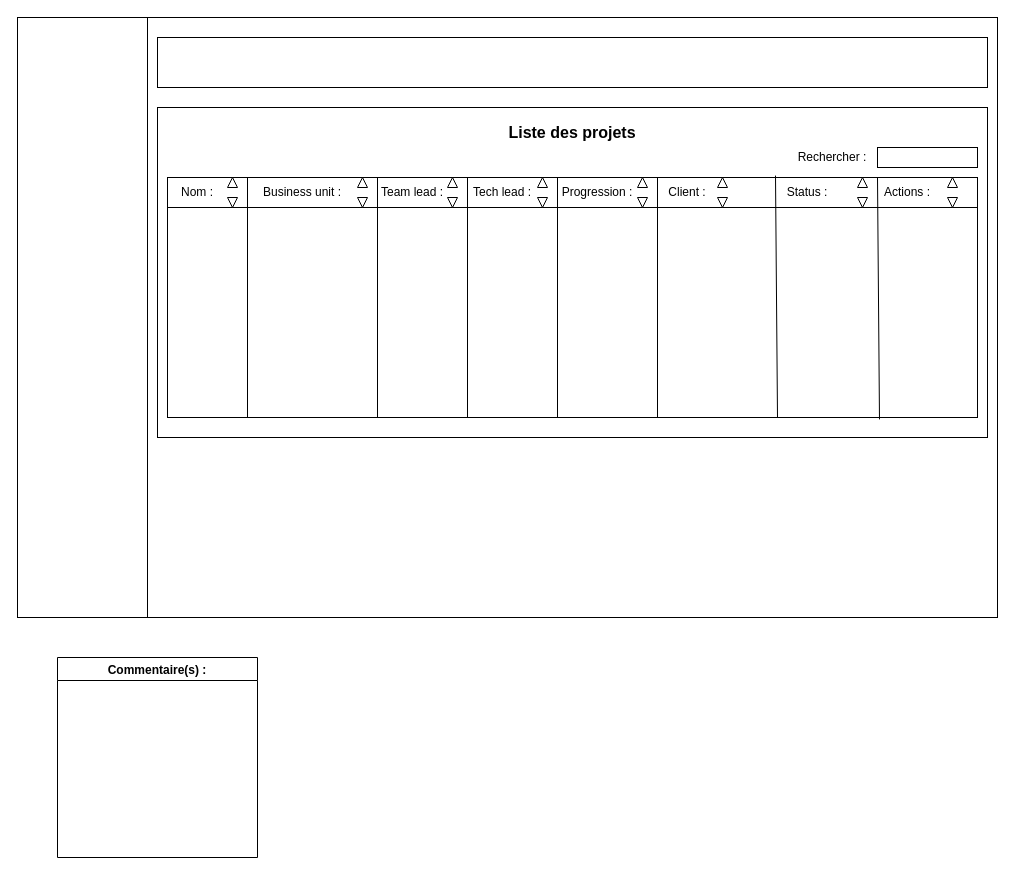
Before: page "Affichage liste projets" (2 of 11) of Untitled Diagram.drawio in Xurama/Test, a draw.io diagram. Source tidied: cells renumbered, new cells numbered last; positions are measured from the earlier drawing's top-left corner, leaving out a move shared by most shapes. Both pictures are drawn from the tidied source at 100%, with x=0, y=0 at pixel (17, 17).
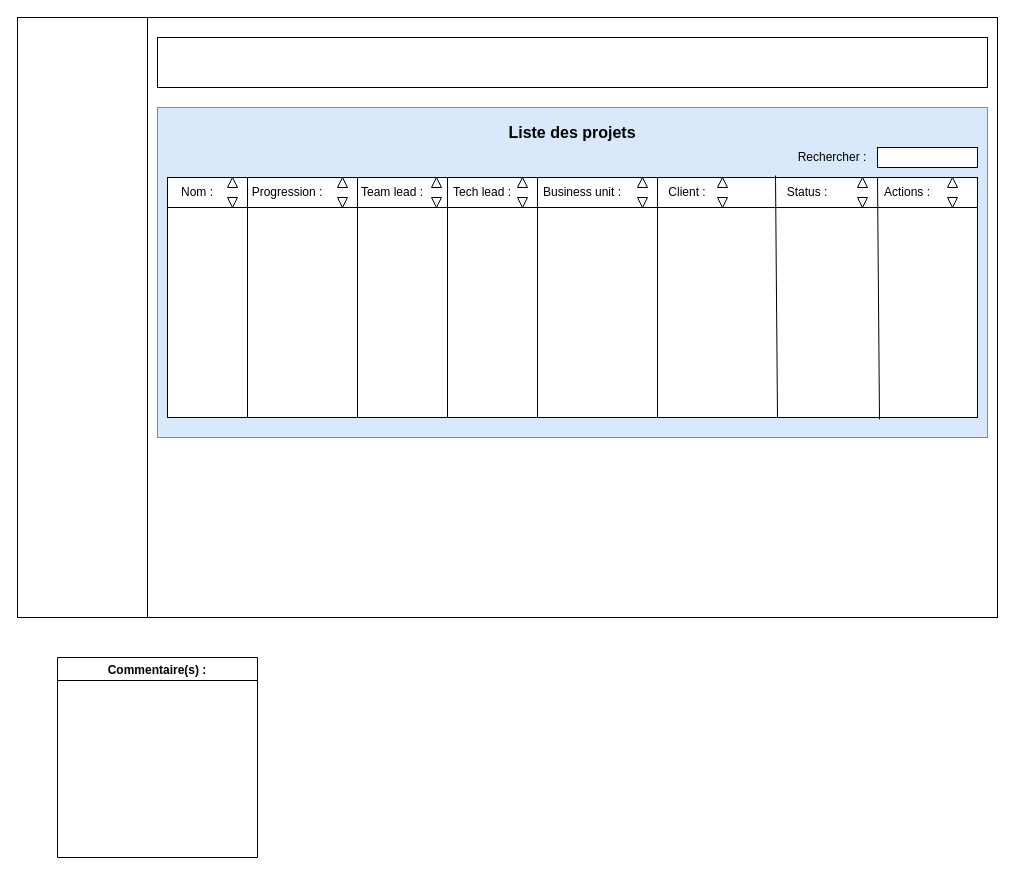
The same page after the edit.

What changed in the source:
```diff
@@
-    <mxCell id="5" style="rounded=0;whiteSpace=wrap;html=1;" parent="1" vertex="1">
+    <mxCell id="5" style="rounded=0;whiteSpace=wrap;html=1;fillColor=#dae8fc;strokeColor=#6c8ebf;" parent="1" vertex="1">
       <mxGeometry x="140" y="90" width="830" height="330" as="geometry" />
     </mxCell>
@@
     <mxCell id="18" value="Business unit :" style="text;html=1;strokeColor=none;fillColor=none;align=center;verticalAlign=middle;whiteSpace=wrap;rounded=0;fontSize=12;" parent="1" vertex="1">
-      <mxGeometry x="230" y="160" width="110" height="30" as="geometry" />
+      <mxGeometry x="520" y="160" width="90" height="30" as="geometry" />
     </mxCell>
@@
     <mxCell id="21" style="triangle;whiteSpace=wrap;html=1;fontSize=12;rotation=-90;" parent="1" vertex="1">
-      <mxGeometry x="340" y="160" width="10" height="10" as="geometry" />
+      <mxGeometry x="320" y="160" width="10" height="10" as="geometry" />
     </mxCell>
     <mxCell id="22" style="triangle;whiteSpace=wrap;html=1;fontSize=12;rotation=90;" parent="1" vertex="1">
-      <mxGeometry x="340" y="180" width="10" height="10" as="geometry" />
+      <mxGeometry x="320" y="180" width="10" height="10" as="geometry" />
     </mxCell>
     <mxCell id="23" style="endArrow=none;html=1;rounded=0;fontSize=12;" parent="1" edge="1">
       <mxGeometry relative="1" as="geometry">
-        <mxPoint x="360" y="400" as="sourcePoint" />
-        <mxPoint x="360" y="160" as="targetPoint" />
+        <mxPoint x="340" y="400" as="sourcePoint" />
+        <mxPoint x="340" y="160" as="targetPoint" />
       </mxGeometry>
     </mxCell>
@@
     <mxCell id="28" value="Team lead :" style="text;html=1;strokeColor=none;fillColor=none;align=center;verticalAlign=middle;whiteSpace=wrap;rounded=0;fontSize=12;" parent="1" vertex="1">
-      <mxGeometry x="360" y="160" width="70" height="30" as="geometry" />
+      <mxGeometry x="340" y="160" width="70" height="30" as="geometry" />
     </mxCell>
     <mxCell id="29" style="triangle;whiteSpace=wrap;html=1;fontSize=12;rotation=-90;" parent="1" vertex="1">
-      <mxGeometry x="430" y="160" width="10" height="10" as="geometry" />
+      <mxGeometry x="414" y="160" width="10" height="10" as="geometry" />
     </mxCell>
     <mxCell id="30" style="triangle;whiteSpace=wrap;html=1;fontSize=12;rotation=90;" parent="1" vertex="1">
-      <mxGeometry x="430" y="180" width="10" height="10" as="geometry" />
+      <mxGeometry x="414" y="180" width="10" height="10" as="geometry" />
     </mxCell>
     <mxCell id="31" style="endArrow=none;html=1;rounded=0;fontSize=12;" parent="1" edge="1">
       <mxGeometry relative="1" as="geometry">
-        <mxPoint x="450" y="400" as="sourcePoint" />
-        <mxPoint x="450" y="160" as="targetPoint" />
+        <mxPoint x="430" y="400" as="sourcePoint" />
+        <mxPoint x="430" y="160" as="targetPoint" />
       </mxGeometry>
     </mxCell>
     <mxCell id="32" value="Tech lead :" style="text;html=1;strokeColor=none;fillColor=none;align=center;verticalAlign=middle;whiteSpace=wrap;rounded=0;fontSize=12;" parent="1" vertex="1">
-      <mxGeometry x="450" y="160" width="70" height="30" as="geometry" />
+      <mxGeometry x="430" y="160" width="70" height="30" as="geometry" />
     </mxCell>
     <mxCell id="33" style="triangle;whiteSpace=wrap;html=1;fontSize=12;rotation=90;" parent="1" vertex="1">
-      <mxGeometry x="520" y="180" width="10" height="10" as="geometry" />
+      <mxGeometry x="500" y="180" width="10" height="10" as="geometry" />
     </mxCell>
     <mxCell id="34" style="triangle;whiteSpace=wrap;html=1;fontSize=12;rotation=-90;" parent="1" vertex="1">
-      <mxGeometry x="520" y="160" width="10" height="10" as="geometry" />
+      <mxGeometry x="500" y="160" width="10" height="10" as="geometry" />
     </mxCell>
     <mxCell id="35" style="endArrow=none;html=1;rounded=0;fontSize=12;" parent="1" edge="1">
       <mxGeometry relative="1" as="geometry">
-        <mxPoint x="540" y="400" as="sourcePoint" />
-        <mxPoint x="540" y="160" as="targetPoint" />
+        <mxPoint x="520" y="400" as="sourcePoint" />
+        <mxPoint x="520" y="160" as="targetPoint" />
       </mxGeometry>
     </mxCell>
     <mxCell id="36" value="Progression :" style="text;html=1;strokeColor=none;fillColor=none;align=center;verticalAlign=middle;whiteSpace=wrap;rounded=0;fontSize=12;" parent="1" vertex="1">
-      <mxGeometry x="540" y="160" width="80" height="30" as="geometry" />
+      <mxGeometry x="230" y="160" width="80" height="30" as="geometry" />
     </mxCell>
```
